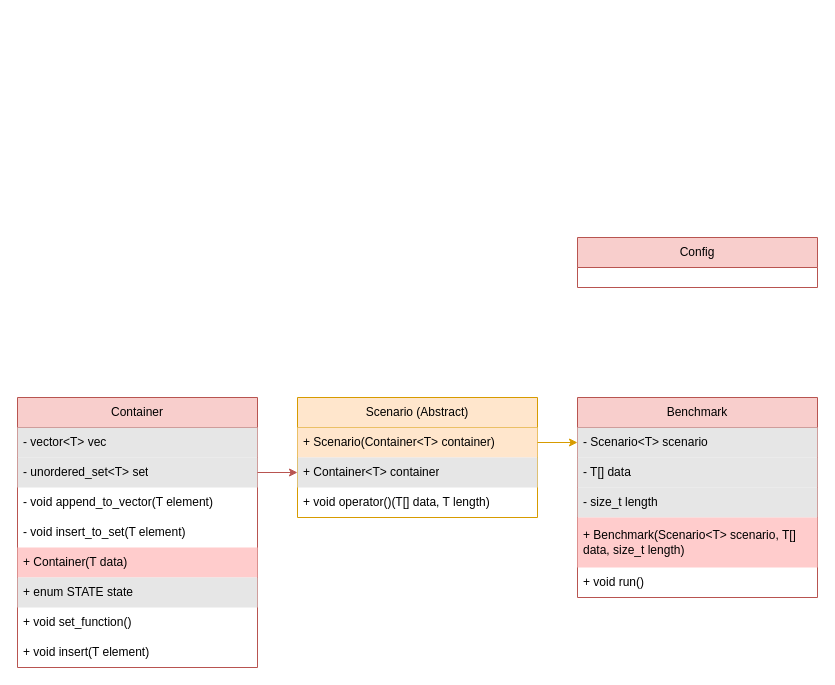
The draw.io diagram Diagram/architecture.drawio in Dabmuel/Papier, before the edit. Source tidied: cells renumbered, new cells numbered last; positions are measured from the earlier drawing's top-left corner, leaving out a move shared by most shapes. Both pictures are drawn from the tidied source at 100%, with x=0, y=0 at pixel (17, 237).
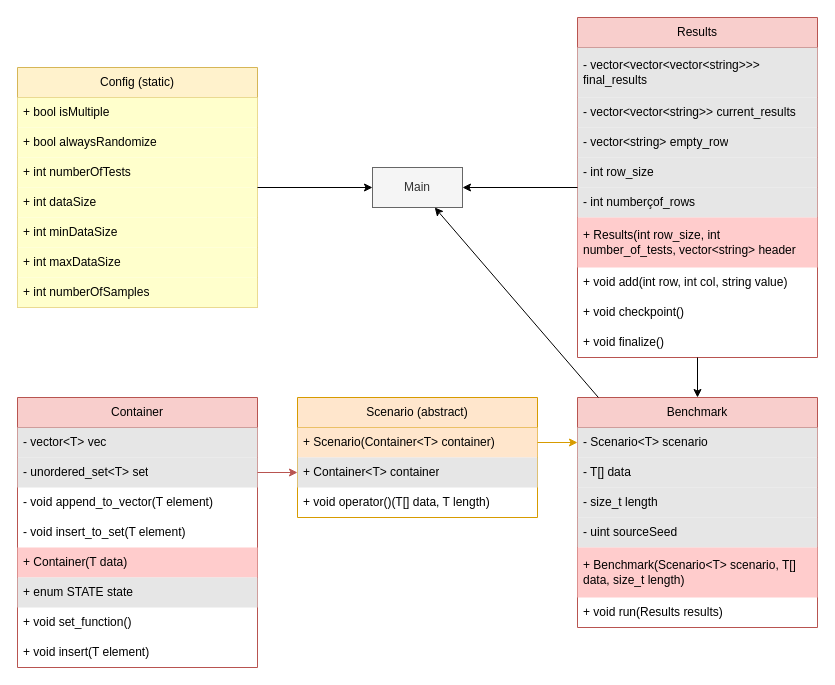
After the change.

Diff of the diagram source:
```diff
@@
-    <mxCell id="11" value="Scenario (Abstract)" style="swimlane;fontStyle=0;horizontal=1;startSize=30;whiteSpace=wrap;html=1;fillColor=#ffe6cc;strokeColor=#d79b00;" parent="1" vertex="1">
+    <mxCell id="11" value="Scenario (abstract)" style="swimlane;fontStyle=0;horizontal=1;startSize=30;whiteSpace=wrap;html=1;fillColor=#ffe6cc;strokeColor=#d79b00;" parent="1" vertex="1">
       <mxGeometry x="280" y="160" width="240" height="120" as="geometry" />
     </mxCell>
@@
     <mxCell id="16" value="Benchmark" style="swimlane;fontStyle=0;horizontal=1;startSize=30;whiteSpace=wrap;html=1;fillColor=#f8cecc;strokeColor=#b85450;" parent="1" vertex="1">
-      <mxGeometry x="560" y="160" width="240" height="200" as="geometry" />
+      <mxGeometry x="560" y="160" width="240" height="230" as="geometry" />
     </mxCell>
@@
+    <mxCell id="24" value="- uint sourceSeed" style="text;strokeColor=none;fillColor=#E6E6E6;align=left;verticalAlign=middle;spacingLeft=4;spacingRight=4;overflow=hidden;whiteSpace=wrap;html=1;" parent="16" vertex="1">
+      <mxGeometry y="120" width="240" height="30" as="geometry" />
+    </mxCell>
     <mxCell id="20" value="+ Benchmark(Scenario&amp;lt;T&amp;gt; scenario, T[] data, size_t length)" style="text;strokeColor=none;fillColor=#FFCCCC;align=left;verticalAlign=middle;spacingLeft=4;spacingRight=4;overflow=hidden;whiteSpace=wrap;html=1;" parent="16" vertex="1">
-      <mxGeometry y="120" width="240" height="50" as="geometry" />
+      <mxGeometry y="150" width="240" height="50" as="geometry" />
     </mxCell>
-    <mxCell id="21" value="+ void run()" style="text;strokeColor=none;fillColor=none;align=left;verticalAlign=middle;spacingLeft=4;spacingRight=4;overflow=hidden;whiteSpace=wrap;html=1;" parent="16" vertex="1">
-      <mxGeometry y="170" width="240" height="30" as="geometry" />
+    <mxCell id="21" value="+ void run(Results results)" style="text;strokeColor=none;fillColor=none;align=left;verticalAlign=middle;spacingLeft=4;spacingRight=4;overflow=hidden;whiteSpace=wrap;html=1;" parent="16" vertex="1">
+      <mxGeometry y="200" width="240" height="30" as="geometry" />
     </mxCell>
@@
-    <mxCell id="23" value="Config" style="swimlane;fontStyle=0;horizontal=1;startSize=30;whiteSpace=wrap;html=1;fillColor=#f8cecc;strokeColor=#b85450;" parent="1" vertex="1">
-      <mxGeometry x="560" width="240" height="50" as="geometry" />
+    <mxCell id="23" value="Config (static)" style="swimlane;fontStyle=0;horizontal=1;startSize=30;whiteSpace=wrap;html=1;fillColor=#fff2cc;strokeColor=#d6b656;" parent="1" vertex="1">
+      <mxGeometry y="-170" width="240" height="240" as="geometry" />
     </mxCell>
+    <mxCell id="25" value="+ bool isMultiple" style="text;align=left;verticalAlign=middle;spacingLeft=4;spacingRight=4;overflow=hidden;whiteSpace=wrap;html=1;fillColor=#FFFFCC;" parent="23" vertex="1">
+      <mxGeometry y="30" width="240" height="30" as="geometry" />
+    </mxCell>
+    <mxCell id="26" value="+ bool alwaysRandomize" style="text;align=left;verticalAlign=middle;spacingLeft=4;spacingRight=4;overflow=hidden;whiteSpace=wrap;html=1;fillColor=#FFFFCC;" parent="23" vertex="1">
+      <mxGeometry y="60" width="240" height="30" as="geometry" />
+    </mxCell>
+    <mxCell id="27" value="+ int numberOfTests" style="text;align=left;verticalAlign=middle;spacingLeft=4;spacingRight=4;overflow=hidden;whiteSpace=wrap;html=1;fillColor=#FFFFCC;" parent="23" vertex="1">
+      <mxGeometry y="90" width="240" height="30" as="geometry" />
+    </mxCell>
+    <mxCell id="28" value="+ int dataSize" style="text;align=left;verticalAlign=middle;spacingLeft=4;spacingRight=4;overflow=hidden;whiteSpace=wrap;html=1;fillColor=#FFFFCC;" parent="23" vertex="1">
+      <mxGeometry y="120" width="240" height="30" as="geometry" />
+    </mxCell>
+    <mxCell id="29" value="+ int minDataSize" style="text;align=left;verticalAlign=middle;spacingLeft=4;spacingRight=4;overflow=hidden;whiteSpace=wrap;html=1;fillColor=#FFFFCC;" parent="23" vertex="1">
+      <mxGeometry y="150" width="240" height="30" as="geometry" />
+    </mxCell>
+    <mxCell id="30" value="+ int maxDataSize" style="text;align=left;verticalAlign=middle;spacingLeft=4;spacingRight=4;overflow=hidden;whiteSpace=wrap;html=1;fillColor=#FFFFCC;" parent="23" vertex="1">
+      <mxGeometry y="180" width="240" height="30" as="geometry" />
+    </mxCell>
+    <mxCell id="31" value="+ int numberOfSamples" style="text;align=left;verticalAlign=middle;spacingLeft=4;spacingRight=4;overflow=hidden;whiteSpace=wrap;html=1;fillColor=#FFFFCC;" parent="23" vertex="1">
+      <mxGeometry y="210" width="240" height="30" as="geometry" />
+    </mxCell>
+    <mxCell id="32" value="Results" style="swimlane;fontStyle=0;horizontal=1;startSize=30;whiteSpace=wrap;html=1;fillColor=#f8cecc;strokeColor=#b85450;" parent="1" vertex="1">
+      <mxGeometry x="560" y="-220" width="240" height="340" as="geometry" />
+    </mxCell>
+    <mxCell id="33" value="- vector&amp;lt;vector&amp;lt;vector&amp;lt;string&amp;gt;&amp;gt;&amp;gt; final_results" style="text;strokeColor=none;fillColor=#E6E6E6;align=left;verticalAlign=middle;spacingLeft=4;spacingRight=4;overflow=hidden;whiteSpace=wrap;html=1;" parent="32" vertex="1">
+      <mxGeometry y="30" width="240" height="50" as="geometry" />
+    </mxCell>
+    <mxCell id="34" value="- vector&amp;lt;vector&amp;lt;string&amp;gt;&amp;gt; current_results" style="text;strokeColor=none;fillColor=#E6E6E6;align=left;verticalAlign=middle;spacingLeft=4;spacingRight=4;overflow=hidden;whiteSpace=wrap;html=1;" parent="32" vertex="1">
+      <mxGeometry y="80" width="240" height="30" as="geometry" />
+    </mxCell>
+    <mxCell id="35" value="- vector&amp;lt;string&amp;gt; empty_row" style="text;strokeColor=none;fillColor=#E6E6E6;align=left;verticalAlign=middle;spacingLeft=4;spacingRight=4;overflow=hidden;whiteSpace=wrap;html=1;" parent="32" vertex="1">
+      <mxGeometry y="110" width="240" height="30" as="geometry" />
+    </mxCell>
+    <mxCell id="36" value="- int row_size" style="text;strokeColor=none;fillColor=#E6E6E6;align=left;verticalAlign=middle;spacingLeft=4;spacingRight=4;overflow=hidden;whiteSpace=wrap;html=1;" parent="32" vertex="1">
+      <mxGeometry y="140" width="240" height="30" as="geometry" />
+    </mxCell>
+    <mxCell id="37" value="- int numberçof_rows" style="text;strokeColor=none;fillColor=#E6E6E6;align=left;verticalAlign=middle;spacingLeft=4;spacingRight=4;overflow=hidden;whiteSpace=wrap;html=1;" parent="32" vertex="1">
+      <mxGeometry y="170" width="240" height="30" as="geometry" />
+    </mxCell>
+    <mxCell id="38" value="+ Results(int row_size, int number_of_tests, vector&amp;lt;string&amp;gt; header" style="text;strokeColor=none;fillColor=#FFCCCC;align=left;verticalAlign=middle;spacingLeft=4;spacingRight=4;overflow=hidden;whiteSpace=wrap;html=1;" parent="32" vertex="1">
+      <mxGeometry y="200" width="240" height="50" as="geometry" />
+    </mxCell>
+    <mxCell id="39" value="+ void add(int row, int col, string value)" style="text;strokeColor=none;fillColor=none;align=left;verticalAlign=middle;spacingLeft=4;spacingRight=4;overflow=hidden;whiteSpace=wrap;html=1;" parent="32" vertex="1">
+      <mxGeometry y="250" width="240" height="30" as="geometry" />
+    </mxCell>
+    <mxCell id="40" value="+ void checkpoint()" style="text;strokeColor=none;fillColor=none;align=left;verticalAlign=middle;spacingLeft=4;spacingRight=4;overflow=hidden;whiteSpace=wrap;html=1;" parent="32" vertex="1">
+      <mxGeometry y="280" width="240" height="30" as="geometry" />
+    </mxCell>
+    <mxCell id="41" value="+ void finalize()" style="text;strokeColor=none;fillColor=none;align=left;verticalAlign=middle;spacingLeft=4;spacingRight=4;overflow=hidden;whiteSpace=wrap;html=1;" parent="32" vertex="1">
+      <mxGeometry y="310" width="240" height="30" as="geometry" />
+    </mxCell>
+    <mxCell id="42" value="Main" style="rounded=0;whiteSpace=wrap;html=1;fillColor=#f5f5f5;fontColor=#333333;strokeColor=#666666;" parent="1" vertex="1">
+      <mxGeometry x="355" y="-70" width="90" height="40" as="geometry" />
+    </mxCell>
+    <mxCell id="43" style="endArrow=classic;html=1;rounded=0;" parent="1" edge="1" source="23" target="42">
+      <mxGeometry relative="1" as="geometry" />
+    </mxCell>
+    <mxCell id="44" style="endArrow=classic;html=1;rounded=0;" parent="1" edge="1" source="32" target="42">
+      <mxGeometry relative="1" as="geometry" />
+    </mxCell>
+    <mxCell id="45" style="endArrow=classic;html=1;rounded=0;" parent="1" edge="1" source="32" target="16">
+      <mxGeometry relative="1" as="geometry" />
+    </mxCell>
+    <mxCell id="46" style="endArrow=classic;html=1;rounded=0;" parent="1" edge="1" source="16" target="42">
+      <mxGeometry relative="1" as="geometry" />
+    </mxCell>
```
